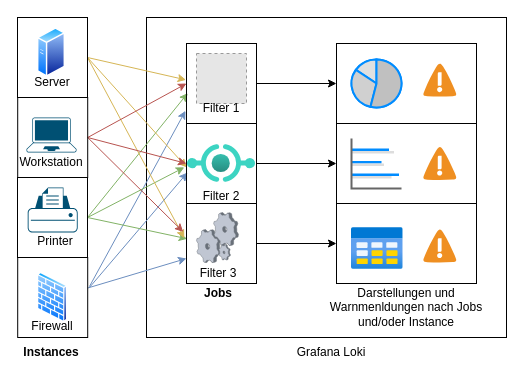
Before: Bachelorarbeit/assets/Instance_Jobs.drawio in Bruno-Macedo/Praxisbericht_Bacherloarbeit, a draw.io diagram. Source tidied: cells renumbered, new cells numbered last; positions are measured from the earlier drawing's top-left corner, leaving out a move shared by most shapes. Both pictures are drawn from the tidied source at 100%, with x=0, y=0 at pixel (17, 17). Pictures stored in the file or linked from it are replaced by grey dashed boxes.
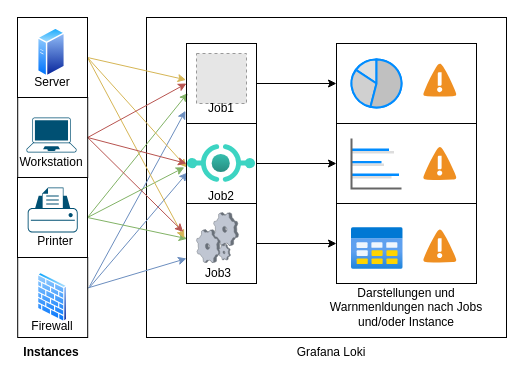
After the change.

Diff of the diagram source:
```diff
@@
-    <mxCell id="39" value="&lt;b&gt;Jobs&lt;/b&gt;" style="text;html=1;strokeColor=none;fillColor=none;align=center;verticalAlign=middle;whiteSpace=wrap;rounded=0;" parent="1" vertex="1">
-      <mxGeometry x="171" y="261" width="60" height="30" as="geometry" />
-    </mxCell>
@@
-    <mxCell id="44" value="Filter 1" style="text;html=1;strokeColor=none;fillColor=none;align=center;verticalAlign=middle;whiteSpace=wrap;rounded=0;" parent="1" vertex="1">
+    <mxCell id="44" value="Job1" style="text;html=1;strokeColor=none;fillColor=none;align=center;verticalAlign=middle;whiteSpace=wrap;rounded=0;" parent="1" vertex="1">
       <mxGeometry x="174" y="76" width="60" height="30" as="geometry" />
     </mxCell>
-    <mxCell id="45" value="Filter 2" style="text;html=1;strokeColor=none;fillColor=none;align=center;verticalAlign=middle;whiteSpace=wrap;rounded=0;" parent="1" vertex="1">
+    <mxCell id="45" value="Job2" style="text;html=1;strokeColor=none;fillColor=none;align=center;verticalAlign=middle;whiteSpace=wrap;rounded=0;" parent="1" vertex="1">
       <mxGeometry x="174" y="163.5" width="60" height="30" as="geometry" />
     </mxCell>
-    <mxCell id="46" value="Filter 3" style="text;html=1;strokeColor=none;fillColor=none;align=center;verticalAlign=middle;whiteSpace=wrap;rounded=0;" parent="1" vertex="1">
+    <mxCell id="46" value="Job3" style="text;html=1;strokeColor=none;fillColor=none;align=center;verticalAlign=middle;whiteSpace=wrap;rounded=0;" parent="1" vertex="1">
       <mxGeometry x="171" y="241" width="60" height="30" as="geometry" />
     </mxCell>
```
